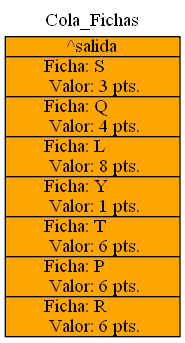
mariotun/EDD_1S2020_PY1_201602942 keeps this Graphviz diagram as Graficas/Cola_Fichas.dot.png. Above is the earlier version. Its source is kept beside it as Graficas/Cola_Fichas.dot.
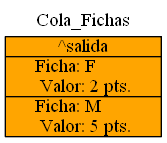
The same diagram one commit later.

Diff of the diagram source:
```diff
@@ -1,24 +1,14 @@
 digraph pila {
 label=Cola_Fichas;
 labelloc=t;
-node [margin=0.4 fontcolor=black  shape=record style=filled fillcolor=orange  color=black];
+node [margin=0.3 fontcolor=black  shape=record style=filled fillcolor=orange  color=black];
 
 struct1[
 label="{
-^salida|Ficha: S\l
- Valor: 3 pts.\l
-|Ficha: Q\l
- Valor: 4 pts.\l
-|Ficha: L\l
- Valor: 8 pts.\l
-|Ficha: Y\l
- Valor: 1 pts.\l
-|Ficha: T\l
- Valor: 6 pts.\l
-|Ficha: P\l
- Valor: 6 pts.\l
-|Ficha: R\l
- Valor: 6 pts.\l
+^salida|Ficha: F\l
+ Valor: 2 pts.\l
+|Ficha: M\l
+ Valor: 5 pts.\l
 }"
 ];
 }
```
